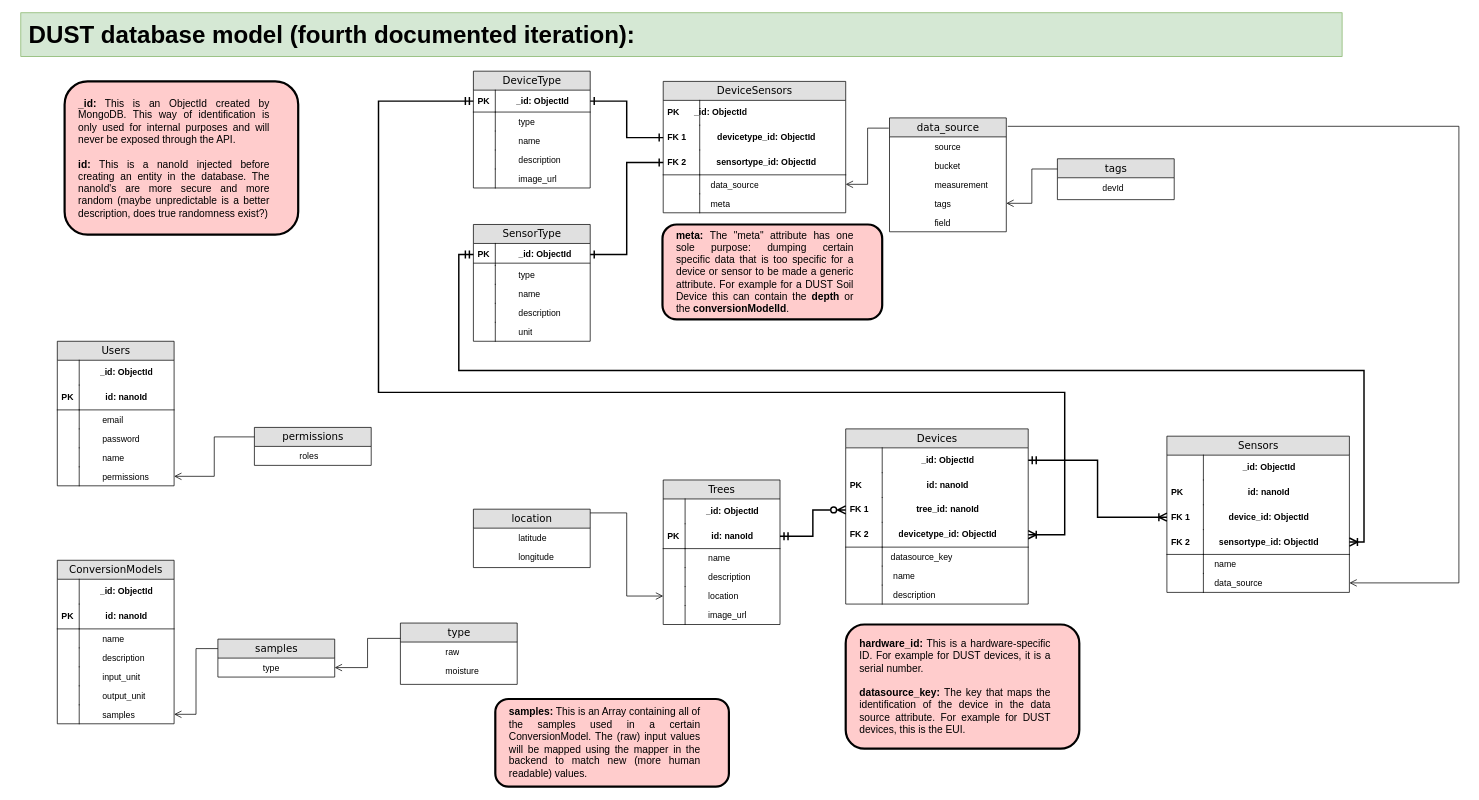
This is backend/img/backend-datamodel.drawio from vives-dust/framework, a draw.io file, before an edit. Source tidied: cells renumbered, new cells numbered last; positions are measured from the earlier drawing's top-left corner, leaving out a move shared by most shapes. Both pictures are drawn from the tidied source at 73%, with x=0, y=0 at pixel (20, 12).
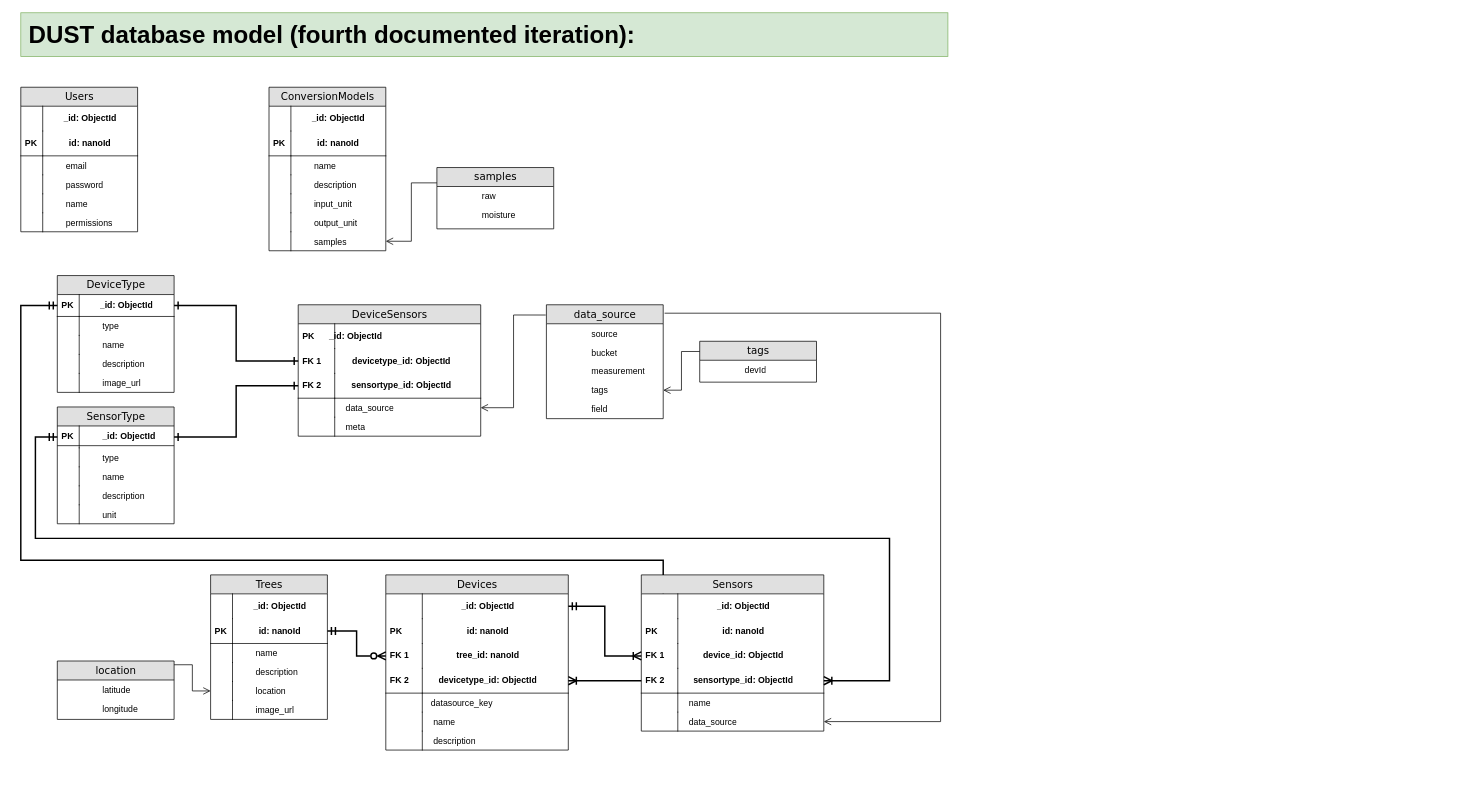
The same page after the edit.

Unchanged cells that the change refers to:
```xml
<mxCell id="3" value="_id: ObjectId" style="shape=partialRectangle;top=0;left=0;right=0;bottom=0;html=1;align=left;verticalAlign=middle;fillColor=none;spacingLeft=60;spacingRight=4;whiteSpace=wrap;overflow=hidden;points=[[0,0.5],[1,0.5]];portConstraint=eastwest;fontStyle=1;strokeColor=none;strokeWidth=6;labelPosition=center;verticalLabelPosition=middle;" parent="2" vertex="1">
  <mxGeometry y="26" width="160" height="30" as="geometry" />
</mxCell>
<mxCell id="15" value="_id: ObjectId" style="shape=partialRectangle;top=0;left=0;right=0;bottom=1;html=1;align=center;verticalAlign=middle;fillColor=none;spacingLeft=34;spacingRight=4;whiteSpace=wrap;overflow=hidden;points=[[0,0.5],[1,0.5]];portConstraint=eastwest;fontStyle=1;" parent="14" vertex="1">
  <mxGeometry y="26" width="160" height="30" as="geometry" />
</mxCell>
<mxCell id="67" value="_id: ObjectId" style="shape=partialRectangle;top=0;left=0;right=0;bottom=1;html=1;align=center;verticalAlign=middle;fillColor=none;spacingLeft=34;spacingRight=4;whiteSpace=wrap;overflow=hidden;points=[[0,0.5],[1,0.5]];portConstraint=eastwest;fontStyle=1;strokeColor=none;" parent="66" vertex="1">
  <mxGeometry y="26" width="250" height="34" as="geometry" />
</mxCell>
<mxCell id="73" value="devicetype_id: ObjectId" style="shape=partialRectangle;top=0;left=0;right=0;bottom=1;html=1;align=center;verticalAlign=middle;fillColor=none;spacingLeft=34;spacingRight=4;whiteSpace=wrap;overflow=hidden;points=[[0,0.5],[1,0.5]];portConstraint=eastwest;fontStyle=1;strokeColor=default;" parent="66" vertex="1">
  <mxGeometry y="128" width="250" height="34" as="geometry" />
</mxCell>
<mxCell id="88" value="device_id: ObjectId" style="shape=partialRectangle;top=0;left=0;right=0;bottom=1;html=1;align=center;verticalAlign=middle;fillColor=none;spacingLeft=34;spacingRight=4;whiteSpace=wrap;overflow=hidden;points=[[0,0.5],[1,0.5]];portConstraint=eastwest;fontStyle=1;strokeColor=none;" parent="83" vertex="1">
  <mxGeometry y="94" width="250" height="34" as="geometry" />
</mxCell>
<mxCell id="90" value="sensortype_id: ObjectId" style="shape=partialRectangle;top=0;left=0;right=0;bottom=1;html=1;align=center;verticalAlign=middle;fillColor=none;spacingLeft=34;spacingRight=4;whiteSpace=wrap;overflow=hidden;points=[[0,0.5],[1,0.5]];portConstraint=eastwest;fontStyle=1;strokeColor=default;" parent="83" vertex="1">
  <mxGeometry y="128" width="250" height="34" as="geometry" />
</mxCell>
<mxCell id="94" value="&lt;div style=&quot;&quot;&gt;&lt;span style=&quot;background-color: initial;&quot;&gt;&lt;span style=&quot;white-space: pre;&quot;&gt; &lt;/span&gt;data_source&lt;/span&gt;&lt;/div&gt;" style="shape=partialRectangle;top=0;left=0;right=0;bottom=0;html=1;align=left;verticalAlign=top;fillColor=none;spacingLeft=60;spacingRight=4;whiteSpace=wrap;overflow=hidden;points=[[0,0.5],[1,0.5]];portConstraint=eastwest;" parent="83" vertex="1">
  <mxGeometry y="188" width="250" height="26" as="geometry" />
</mxCell>
<mxCell id="110" value="permissions" style="shape=partialRectangle;top=0;left=0;right=0;bottom=0;html=1;align=left;verticalAlign=top;fillColor=none;spacingLeft=60;spacingRight=4;whiteSpace=wrap;overflow=hidden;points=[[0,0.5],[1,0.5]];portConstraint=eastwest;" parent="99" vertex="1">
  <mxGeometry y="172" width="160" height="26" as="geometry" />
</mxCell>
<mxCell id="128" value="samples" style="shape=partialRectangle;top=0;left=0;right=0;bottom=0;html=1;align=left;verticalAlign=top;fillColor=none;spacingLeft=60;spacingRight=4;whiteSpace=wrap;overflow=hidden;points=[[0,0.5],[1,0.5]];portConstraint=eastwest;" parent="115" vertex="1">
  <mxGeometry y="198" width="160" height="26" as="geometry" />
</mxCell>
```

Diff of the diagram source:
```diff
@@
     <mxCell id="2" value="SensorType" style="swimlane;html=1;fontStyle=0;horizontal=1;startSize=26;fillColor=#e0e0e0;swimlaneFillColor=#ffffff;align=center;rounded=0;shadow=0;comic=0;labelBackgroundColor=none;strokeWidth=1;fontFamily=Verdana;fontSize=14;" parent="1" vertex="1">
-      <mxGeometry x="620" y="290" width="160" height="160" as="geometry" />
+      <mxGeometry x="50" y="540" width="160" height="160" as="geometry" />
     </mxCell>
@@
     <mxCell id="14" value="DeviceType" style="swimlane;html=1;fontStyle=0;horizontal=1;startSize=26;fillColor=#e0e0e0;swimlaneFillColor=#ffffff;align=center;rounded=0;shadow=0;comic=0;labelBackgroundColor=none;strokeWidth=1;fontFamily=Verdana;fontSize=14;swimlaneLine=1;" parent="1" vertex="1">
-      <mxGeometry x="620" y="80" width="160" height="160" as="geometry" />
+      <mxGeometry x="50" y="360" width="160" height="160" as="geometry" />
     </mxCell>
@@
     <mxCell id="25" value="DeviceSensors" style="swimlane;html=1;fontStyle=0;horizontal=1;startSize=26;fillColor=#e0e0e0;swimlaneFillColor=#ffffff;align=center;rounded=0;shadow=0;comic=0;labelBackgroundColor=none;strokeWidth=1;fontFamily=Verdana;fontSize=14;" parent="1" vertex="1">
-      <mxGeometry x="880" y="94" width="250" height="180" as="geometry" />
+      <mxGeometry x="380" y="400" width="250" height="180" as="geometry" />
     </mxCell>
@@
     <mxCell id="36" value="data_source" style="swimlane;html=1;fontStyle=0;horizontal=1;startSize=26;fillColor=#e0e0e0;swimlaneFillColor=#ffffff;align=center;rounded=0;shadow=0;comic=0;labelBackgroundColor=none;strokeWidth=1;fontFamily=Verdana;fontSize=14;" parent="1" vertex="1">
-      <mxGeometry x="1190" y="144" width="160" height="156" as="geometry" />
+      <mxGeometry x="720" y="400" width="160" height="156" as="geometry" />
     </mxCell>
@@
     <mxCell id="42" value="&lt;font style=&quot;font-size: 33px;&quot;&gt;&lt;span style=&quot;font-size: 33px;&quot;&gt;&lt;span style=&quot;white-space: pre; font-size: 33px;&quot;&gt; &lt;/span&gt;DUST database model (fourth documented iteration):&lt;/span&gt;&lt;/font&gt;" style="rounded=0;whiteSpace=wrap;html=1;fillColor=#d5e8d4;strokeColor=#82b366;align=left;fontStyle=1;fontSize=33;" parent="1" vertex="1">
-      <mxGeometry width="1810" height="60" as="geometry" />
+      <mxGeometry width="1270" height="60" as="geometry" />
     </mxCell>
@@
     <mxCell id="45" value="tags" style="swimlane;html=1;fontStyle=0;horizontal=1;startSize=26;fillColor=#e0e0e0;swimlaneFillColor=#ffffff;align=center;rounded=0;shadow=0;comic=0;labelBackgroundColor=none;strokeWidth=1;fontFamily=Verdana;fontSize=14;" parent="1" vertex="1">
-      <mxGeometry x="1420" y="200" width="160" height="56" as="geometry" />
+      <mxGeometry x="930" y="450" width="160" height="56" as="geometry" />
     </mxCell>
@@
     <mxCell id="49" value="Trees" style="swimlane;html=1;fontStyle=0;horizontal=1;startSize=26;fillColor=#e0e0e0;swimlaneFillColor=#ffffff;align=center;rounded=0;shadow=0;comic=0;labelBackgroundColor=none;strokeWidth=1;fontFamily=Verdana;fontSize=14;" parent="1" vertex="1">
-      <mxGeometry x="880" y="640" width="160" height="198" as="geometry" />
+      <mxGeometry x="260" y="770" width="160" height="198" as="geometry" />
     </mxCell>
@@
     <mxCell id="62" value="location" style="swimlane;html=1;fontStyle=0;horizontal=1;startSize=26;fillColor=#e0e0e0;swimlaneFillColor=#ffffff;align=center;rounded=0;shadow=0;comic=0;labelBackgroundColor=none;strokeWidth=1;fontFamily=Verdana;fontSize=14;" parent="1" vertex="1">
-      <mxGeometry x="620" y="680" width="160" height="80" as="geometry" />
+      <mxGeometry x="50" y="888" width="160" height="80" as="geometry" />
     </mxCell>
@@
     <mxCell id="66" value="Devices" style="swimlane;html=1;fontStyle=0;horizontal=1;startSize=26;fillColor=#e0e0e0;swimlaneFillColor=#ffffff;align=center;rounded=0;shadow=0;comic=0;labelBackgroundColor=none;strokeWidth=1;fontFamily=Verdana;fontSize=14;" parent="1" vertex="1">
-      <mxGeometry x="1130" y="570" width="250" height="240" as="geometry" />
+      <mxGeometry x="500" y="770" width="250" height="240" as="geometry" />
     </mxCell>
@@
-    <mxCell id="82" style="edgeStyle=orthogonalEdgeStyle;rounded=0;jettySize=auto;html=1;exitX=1;exitY=0.5;exitDx=0;exitDy=0;strokeWidth=2;fontSize=22;startArrow=ERoneToMany;startFill=0;endArrow=ERmandOne;endFill=0;startSize=8;endSize=8;entryX=0;entryY=0.5;entryDx=0;entryDy=0;" parent="1" edge="1" source="73" target="15">
+    <mxCell id="82" style="edgeStyle=orthogonalEdgeStyle;rounded=0;jettySize=auto;html=1;exitX=1;exitY=0.5;exitDx=0;exitDy=0;strokeWidth=2;fontSize=22;startArrow=ERoneToMany;startFill=0;endArrow=ERmandOne;endFill=0;startSize=8;endSize=8;entryX=0;entryY=0.5;entryDx=0;entryDy=0;jumpStyle=arc;" parent="1" edge="1" source="73" target="15">
       <mxGeometry relative="1" as="geometry">
         <Array as="points">
-          <mxPoint x="1430" y="715" />
-          <mxPoint x="1430" y="520" />
-          <mxPoint x="490" y="520" />
-          <mxPoint x="490" y="121" />
+          <mxPoint x="880" y="915" />
+          <mxPoint x="880" y="750" />
+          <mxPoint y="750" />
+          <mxPoint y="401" />
         </Array>
       </mxGeometry>
     </mxCell>
     <mxCell id="83" value="Sensors" style="swimlane;html=1;fontStyle=0;horizontal=1;startSize=26;fillColor=#e0e0e0;swimlaneFillColor=#ffffff;align=center;rounded=0;shadow=0;comic=0;labelBackgroundColor=none;strokeWidth=1;fontFamily=Verdana;fontSize=14;" parent="1" vertex="1">
-      <mxGeometry x="1570" y="580" width="250" height="214" as="geometry" />
+      <mxGeometry x="850" y="770" width="250" height="214" as="geometry" />
     </mxCell>
@@
-    <mxCell id="96" style="edgeStyle=orthogonalEdgeStyle;jettySize=auto;html=1;exitX=0;exitY=0.5;exitDx=0;exitDy=0;strokeWidth=2;fontSize=22;startArrow=ERoneToMany;startFill=0;endArrow=ERmandOne;endFill=0;startSize=8;endSize=8;sketch=0;rounded=0;" parent="1" edge="1" source="88" target="67">
+    <mxCell id="96" style="edgeStyle=orthogonalEdgeStyle;jettySize=auto;html=1;exitX=0;exitY=0.5;exitDx=0;exitDy=0;strokeWidth=2;fontSize=22;startArrow=ERoneToMany;startFill=0;endArrow=ERmandOne;endFill=0;startSize=8;endSize=8;sketch=0;rounded=0;jumpStyle=arc;" parent="1" edge="1" source="88" target="67">
       <mxGeometry relative="1" as="geometry" />
     </mxCell>
     <mxCell id="97" style="edgeStyle=orthogonalEdgeStyle;rounded=0;sketch=0;jettySize=auto;html=1;exitX=1;exitY=0.5;exitDx=0;exitDy=0;strokeWidth=2;fontSize=22;startArrow=ERoneToMany;startFill=0;endArrow=ERmandOne;endFill=0;startSize=8;endSize=8;entryX=0;entryY=0.5;entryDx=0;entryDy=0;" parent="1" edge="1" source="90" target="3">
       <mxGeometry relative="1" as="geometry">
         <Array as="points">
-          <mxPoint x="1840" y="725" />
-          <mxPoint x="1840" y="490" />
-          <mxPoint x="600" y="490" />
-          <mxPoint x="600" y="331" />
+          <mxPoint x="1190" y="915" />
+          <mxPoint x="1190" y="720" />
+          <mxPoint x="20" y="720" />
+          <mxPoint x="20" y="581" />
         </Array>
       </mxGeometry>
     </mxCell>
     <mxCell id="98" style="edgeStyle=orthogonalEdgeStyle;rounded=0;sketch=0;jettySize=auto;html=1;exitX=1;exitY=0.5;exitDx=0;exitDy=0;strokeWidth=1;fontSize=22;startArrow=open;startFill=0;endArrow=none;endFill=0;startSize=8;endSize=8;entryX=1.012;entryY=0.074;entryDx=0;entryDy=0;entryPerimeter=0;" parent="1" edge="1" source="94" target="36">
       <mxGeometry relative="1" as="geometry">
         <Array as="points">
-          <mxPoint x="1970" y="781" />
-          <mxPoint x="1970" y="156" />
+          <mxPoint x="1260" y="971" />
+          <mxPoint x="1260" y="412" />
         </Array>
       </mxGeometry>
     </mxCell>
     <mxCell id="99" value="Users" style="swimlane;html=1;fontStyle=0;horizontal=1;startSize=26;fillColor=#e0e0e0;swimlaneFillColor=#ffffff;align=center;rounded=0;shadow=0;comic=0;labelBackgroundColor=none;strokeWidth=1;fontFamily=Verdana;fontSize=14;" parent="1" vertex="1">
-      <mxGeometry x="50" y="450" width="160" height="198" as="geometry" />
+      <mxGeometry y="102" width="160" height="198" as="geometry" />
     </mxCell>
@@
-    <mxCell id="112" value="permissions" style="swimlane;html=1;fontStyle=0;horizontal=1;startSize=26;fillColor=#e0e0e0;swimlaneFillColor=#ffffff;align=center;rounded=0;shadow=0;comic=0;labelBackgroundColor=none;strokeWidth=1;fontFamily=Verdana;fontSize=14;" parent="1" vertex="1">
-      <mxGeometry x="320" y="568" width="160" height="52" as="geometry" />
-    </mxCell>
-    <mxCell id="113" value="roles" style="shape=partialRectangle;top=0;left=0;right=0;bottom=0;html=1;align=left;verticalAlign=top;fillColor=none;spacingLeft=60;spacingRight=4;whiteSpace=wrap;overflow=hidden;" parent="112" vertex="1">
-      <mxGeometry y="26" width="160" height="26" as="geometry" />
-    </mxCell>
-    <mxCell id="114" style="edgeStyle=orthogonalEdgeStyle;rounded=0;sketch=0;jettySize=auto;html=1;exitX=1;exitY=0.5;exitDx=0;exitDy=0;entryX=0;entryY=0.25;entryDx=0;entryDy=0;strokeWidth=1;fontSize=22;startArrow=open;startFill=0;endArrow=none;endFill=0;startSize=8;endSize=8;" parent="1" edge="1" source="110" target="112">
-      <mxGeometry relative="1" as="geometry" />
-    </mxCell>
     <mxCell id="115" value="ConversionModels" style="swimlane;html=1;fontStyle=0;horizontal=1;startSize=26;fillColor=#e0e0e0;swimlaneFillColor=#ffffff;align=center;rounded=0;shadow=0;comic=0;labelBackgroundColor=none;strokeWidth=1;fontFamily=Verdana;fontSize=14;" parent="1" vertex="1">
-      <mxGeometry x="50" y="750" width="160" height="224" as="geometry" />
+      <mxGeometry x="340" y="102" width="160" height="224" as="geometry" />
     </mxCell>
@@
-    <mxCell id="130" value="samples" style="swimlane;html=1;fontStyle=0;horizontal=1;startSize=26;fillColor=#e0e0e0;swimlaneFillColor=#ffffff;align=center;rounded=0;shadow=0;comic=0;labelBackgroundColor=none;strokeWidth=1;fontFamily=Verdana;fontSize=14;" parent="1" vertex="1">
-      <mxGeometry x="270" y="858" width="160" height="52" as="geometry" />
-    </mxCell>
-    <mxCell id="131" value="type" style="shape=partialRectangle;top=0;left=0;right=0;bottom=0;html=1;align=left;verticalAlign=top;fillColor=none;spacingLeft=60;spacingRight=4;whiteSpace=wrap;overflow=hidden;points=[[0,0.5],[1,0.5]];portConstraint=eastwest;" parent="130" vertex="1">
-      <mxGeometry y="26" width="160" height="26" as="geometry" />
-    </mxCell>
-    <mxCell id="132" style="edgeStyle=orthogonalEdgeStyle;rounded=0;sketch=0;jettySize=auto;html=1;exitX=1;exitY=0.5;exitDx=0;exitDy=0;entryX=0;entryY=0.25;entryDx=0;entryDy=0;strokeWidth=1;fontSize=22;startArrow=open;startFill=0;endArrow=none;endFill=0;startSize=8;endSize=8;" parent="1" edge="1" source="128" target="130">
-      <mxGeometry relative="1" as="geometry" />
-    </mxCell>
-    <mxCell id="133" value="type" style="swimlane;html=1;fontStyle=0;horizontal=1;startSize=26;fillColor=#e0e0e0;swimlaneFillColor=#ffffff;align=center;rounded=0;shadow=0;comic=0;labelBackgroundColor=none;strokeWidth=1;fontFamily=Verdana;fontSize=14;" parent="1" vertex="1">
-      <mxGeometry x="520" y="836" width="160" height="84" as="geometry" />
+    <mxCell id="133" value="samples" style="swimlane;html=1;fontStyle=0;horizontal=1;startSize=26;fillColor=#e0e0e0;swimlaneFillColor=#ffffff;align=center;rounded=0;shadow=0;comic=0;labelBackgroundColor=none;strokeWidth=1;fontFamily=Verdana;fontSize=14;" parent="1" vertex="1">
+      <mxGeometry x="570" y="212" width="160" height="84" as="geometry" />
     </mxCell>
@@
-    <mxCell id="136" style="edgeStyle=orthogonalEdgeStyle;rounded=0;sketch=0;jettySize=auto;html=1;exitX=1;exitY=0.5;exitDx=0;exitDy=0;entryX=0;entryY=0.25;entryDx=0;entryDy=0;strokeWidth=1;fontSize=22;startArrow=open;startFill=0;endArrow=none;endFill=0;startSize=8;endSize=8;" parent="1" edge="1" source="131" target="133">
+    <mxCell id="136" style="edgeStyle=orthogonalEdgeStyle;rounded=0;sketch=0;jettySize=auto;html=1;exitX=1;exitY=0.5;exitDx=0;exitDy=0;entryX=0;entryY=0.25;entryDx=0;entryDy=0;strokeWidth=1;fontSize=22;startArrow=open;startFill=0;endArrow=none;endFill=0;startSize=8;endSize=8;" parent="1" edge="1" source="128" target="133">
       <mxGeometry relative="1" as="geometry" />
     </mxCell>
-    <mxCell id="137" value="&lt;div style=&quot;text-align: justify; font-size: 14px;&quot;&gt;&lt;span style=&quot;background-color: initial; font-size: 14px;&quot;&gt;&lt;font style=&quot;font-size: 14px;&quot;&gt;&lt;b style=&quot;font-size: 14px;&quot;&gt;_id:&lt;/b&gt; This is an ObjectId created by MongoDB. This way of identification is only used for internal purposes and will never be exposed through the API.&lt;/font&gt;&lt;/span&gt;&lt;/div&gt;&lt;div style=&quot;text-align: justify; font-size: 14px;&quot;&gt;&lt;font style=&quot;font-size: 14px;&quot;&gt;&lt;br style=&quot;font-size: 14px;&quot;&gt;&lt;/font&gt;&lt;/div&gt;&lt;div style=&quot;text-align: justify; font-size: 14px;&quot;&gt;&lt;span style=&quot;background-color: initial; font-size: 14px;&quot;&gt;&lt;font style=&quot;font-size: 14px;&quot;&gt;&lt;b style=&quot;font-size: 14px;&quot;&gt;id:&lt;/b&gt;&amp;nbsp;This is a nanoId injected before creating an entity in the database. The nanoId's are more secure and more random (maybe unpredictable is a better description, does true randomness exist?)&lt;/font&gt;&lt;/span&gt;&lt;/div&gt;" style="rounded=1;shadow=0;glass=0;sketch=0;strokeColor=default;strokeWidth=3;fontSize=14;fillColor=#ffcccc;rotation=0;align=center;overflow=visible;labelPadding=0;perimeter=rectanglePerimeter;imageAspect=1;imageAlign=left;imageHeight=24;spacingRight=20;spacing=20;labelPosition=center;verticalLabelPosition=middle;verticalAlign=middle;whiteSpace=wrap;html=1;" parent="1" vertex="1">
-      <mxGeometry x="60" y="94" width="320" height="210" as="geometry" />
-    </mxCell>
-    <mxCell id="138" value="&lt;div style=&quot;text-align: justify; font-size: 14px;&quot;&gt;&lt;span style=&quot;background-color: initial; font-size: 14px;&quot;&gt;&lt;font style=&quot;font-size: 14px;&quot;&gt;&lt;b style=&quot;font-size: 14px;&quot;&gt;meta: &lt;/b&gt;&lt;span style=&quot;font-size: 14px;&quot;&gt;The &quot;meta&quot; attribute has one sole purpose: dumping certain specific&lt;/span&gt;&lt;/font&gt;&lt;/span&gt;&lt;span style=&quot;background-color: initial; font-size: 14px;&quot;&gt;&amp;nbsp;data that is too specific for a device or sensor to be made a generic attribute. For example for a DUST Soil Device this can contain the &lt;b&gt;depth&lt;/b&gt;&amp;nbsp;or the &lt;b&gt;conversionModelId&lt;/b&gt;.&lt;/span&gt;&lt;/div&gt;" style="rounded=1;shadow=0;glass=0;sketch=0;strokeColor=default;strokeWidth=3;fontSize=14;fillColor=#ffcccc;rotation=0;align=center;overflow=visible;labelPadding=0;perimeter=rectanglePerimeter;imageAspect=1;imageAlign=left;imageHeight=24;spacingRight=20;spacing=20;labelPosition=center;verticalLabelPosition=middle;verticalAlign=middle;whiteSpace=wrap;html=1;" parent="1" vertex="1">
-      <mxGeometry x="879" y="290" width="301" height="130" as="geometry" />
-    </mxCell>
-    <mxCell id="139" value="&lt;div style=&quot;text-align: justify; font-size: 14px;&quot;&gt;&lt;span style=&quot;background-color: initial; font-size: 14px;&quot;&gt;&lt;font style=&quot;font-size: 14px;&quot;&gt;&lt;b style=&quot;font-size: 14px;&quot;&gt;hardware_id:&lt;/b&gt; This is a hardware-specific ID. For example for DUST devices, it is a serial number.&lt;/font&gt;&lt;/span&gt;&lt;/div&gt;&lt;div style=&quot;text-align: justify; font-size: 14px;&quot;&gt;&lt;font style=&quot;font-size: 14px;&quot;&gt;&lt;br style=&quot;font-size: 14px;&quot;&gt;&lt;/font&gt;&lt;/div&gt;&lt;div style=&quot;text-align: justify; font-size: 14px;&quot;&gt;&lt;span style=&quot;background-color: initial; font-size: 14px;&quot;&gt;&lt;font style=&quot;font-size: 14px;&quot;&gt;&lt;b style=&quot;font-size: 14px;&quot;&gt;datasource_key: &lt;/b&gt;&lt;span style=&quot;font-size: 14px;&quot;&gt;The key that maps the identification of the device in the data source attribute. For example for DUST devices, this is the EUI.&lt;/span&gt;&lt;/font&gt;&lt;/span&gt;&lt;/div&gt;" style="rounded=1;shadow=0;glass=0;sketch=0;strokeColor=default;strokeWidth=3;fontSize=14;fillColor=#ffcccc;rotation=0;align=center;overflow=visible;labelPadding=0;perimeter=rectanglePerimeter;imageAspect=1;imageAlign=left;imageHeight=24;spacingRight=20;spacing=20;labelPosition=center;verticalLabelPosition=middle;verticalAlign=middle;whiteSpace=wrap;html=1;" parent="1" vertex="1">
-      <mxGeometry x="1130" y="838" width="320" height="170" as="geometry" />
-    </mxCell>
-    <mxCell id="140" value="&lt;div style=&quot;text-align: justify; font-size: 14px;&quot;&gt;&lt;span style=&quot;background-color: initial; font-size: 14px;&quot;&gt;&lt;font style=&quot;font-size: 14px;&quot;&gt;&lt;b style=&quot;font-size: 14px;&quot;&gt;samples:&lt;/b&gt; This is an Array containing all of the samples used in a certain ConversionModel. The (raw) input values will be mapped using the mapper in the backend to match new (more human readable) values.&amp;nbsp;&lt;/font&gt;&lt;/span&gt;&lt;/div&gt;" style="rounded=1;shadow=0;glass=0;sketch=0;strokeColor=default;strokeWidth=3;fontSize=14;fillColor=#ffcccc;rotation=0;align=center;overflow=visible;labelPadding=0;perimeter=rectanglePerimeter;imageAspect=1;imageAlign=left;imageHeight=24;spacingRight=20;spacing=20;labelPosition=center;verticalLabelPosition=middle;verticalAlign=middle;whiteSpace=wrap;html=1;" parent="1" vertex="1">
-      <mxGeometry x="650" y="940" width="320" height="120" as="geometry" />
-    </mxCell>
```
